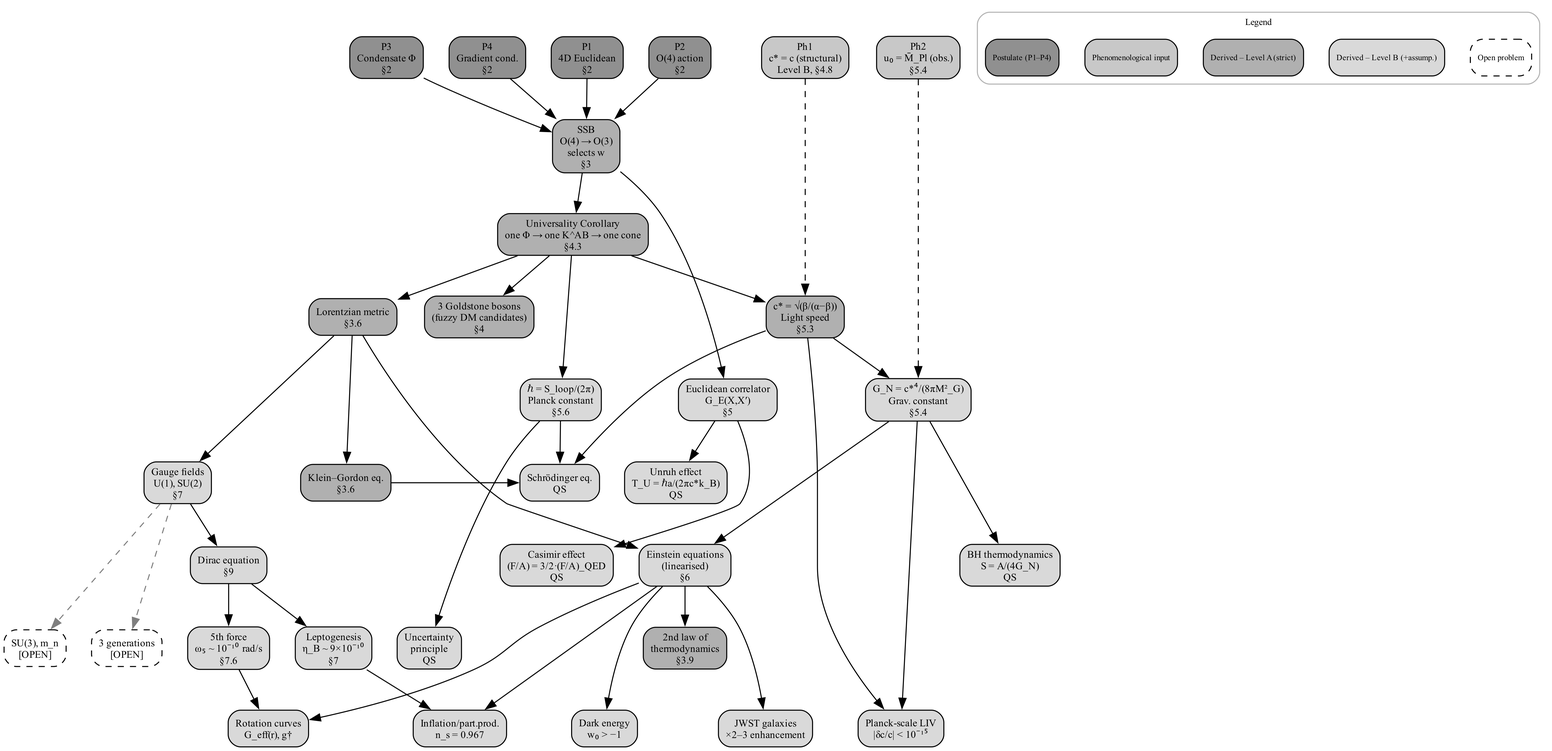
The Graphviz diagram figures/fig_partI_derivation_logic.png in chufelo/ECT-preprint-code, before a commit. Its source is kept beside it as fig_partI_derivation_logic.gv. Its diagram source:
```dot
digraph PartI {
  rankdir=TB;
  fontname="Times-Roman";
  node [fontname="Times-Roman", fontsize=10, shape=box, style="rounded,filled", margin="0.10,0.05"];
  edge [fontname="Times-Roman", fontsize=8];
  newrank=true;
  splines=true;
  nodesep=0.35;
  ranksep=0.55;

  node [fillcolor="#909090", fontcolor=black];
  P1 [label="P1\n4D Euclidean\n§2"];
  P2 [label="P2\nO(4) action\n§2"];
  P3 [label="P3\nCondensate Φ\n§2"];
  P4 [label="P4\nGradient cond.\n§2"];

  node [fillcolor="#c8c8c8"];
  Ph2 [label="Ph2\nu₀ = M̄_Pl (obs.)\n§5.4"];
  Ph1 [label="Ph1\nc* = c (structural)\nLevel B, §4.8"];

  node [fillcolor="#b0b0b0"];
  SSB [label="SSB\nO(4) → O(3)\nselects w\n§3"];
  UC [label="Universality Corollary\none Φ → one K^AB → one cone\n§4.3"];
  lorentz [label="Lorentzian metric\n§3.6"];
  goldstone [label="3 Goldstone bosons\n(fuzzy DM candidates)\n§4"];
  cstar [label="c* = √(β/(α−β))\nLight speed\n§5.3"];
  KG [label="Klein–Gordon eq.\n§3.6"];
  second_law [label="2nd law of\nthermodynamics\n§3.9"];

  node [fillcolor="#d9d9d9"];
  hbar [label="ℏ = S_loop/(2π)\nPlanck constant\n§5.6"];
  GE [label="Euclidean correlator\nG_E(X,X′)\n§5"];
  GN [label="G_N = c*⁴/(8πM²_G)\nGrav. constant\n§5.4"];
  gauge [label="Gauge fields\nU(1), SU(2)\n§7"];
  unruh [label="Unruh effect\nT_U = ℏa/(2πc*k_B)\nQS"];
  casimir [label="Casimir effect\n(F/A) = 3/2·(F/A)_QED\nQS"];
  schrodinger [label="Schrödinger eq.\nQS"];
  dirac [label="Dirac equation\n§9"];
  BH [label="BH thermodynamics\nS = A/(4G_N)\nQS"];
  einstein [label="Einstein equations\n(linearised)\n§6"];
  lepto [label="Leptogenesis\nη_B ~ 9×10⁻¹⁰\n§7"];
  fifth [label="5th force\nω₅ ~ 10⁻¹⁰ rad/s\n§7.6"];
  uncert [label="Uncertainty\nprinciple\nQS"];
  inflation [label="Inflation/part.prod.\nn_s = 0.967"];
  DE [label="Dark energy\nw₀ > −1"];
  rotcurves [label="Rotation curves\nG_eff(r), g†"];
  jwst [label="JWST galaxies\n×2–3 enhancement"];
  LIV [label="Planck-scale LIV\n|δc/c| < 10⁻¹⁵"];

  node [fillcolor="white", style="rounded,dashed"];
  SU3 [label="SU(3), m_n\n[OPEN]"];
  threegen [label="3 generations\n[OPEN]"];

  {rank=same; P1; P2; P3; P4; Ph2; Ph1}
  {rank=same; lorentz; goldstone; cstar}
  {rank=same; hbar; GE; GN}
  {rank=same; gauge; unruh; KG; schrodinger}
  {rank=same; dirac; BH; casimir; einstein}
  {rank=same; lepto; SU3; uncert; second_law; fifth; threegen}
  {rank=same; inflation; DE; rotcurves; jwst; LIV}

  P1 -> SSB;
  P2 -> SSB;
  P3 -> SSB;
  P4 -> SSB;

  SSB -> UC;

  UC -> lorentz;
  UC -> goldstone;
  UC -> cstar;

  SSB -> GE;
  UC -> hbar;
  cstar -> GN;
  Ph2 -> GN [style=dashed];
  Ph1 -> cstar [style=dashed];

  lorentz -> KG;
  lorentz -> gauge;
  GE -> unruh;
  GE -> casimir;
  hbar -> schrodinger;
  cstar -> schrodinger;
  KG -> schrodinger;

  gauge -> dirac;
  lorentz -> einstein;
  GN -> einstein;
  GN -> BH;

  dirac -> fifth;
  dirac -> lepto;
  gauge -> SU3 [style=dashed, color=gray50];
  gauge -> threegen [style=dashed, color=gray50];
  einstein -> second_law;
  hbar -> uncert;

  einstein -> rotcurves;
  einstein -> inflation;
  einstein -> DE;
  einstein -> jwst;
  cstar -> LIV;
  GN -> LIV;
  lepto -> inflation;
  fifth -> rotcurves;

  subgraph cluster_legend {
    label="Legend";
    fontsize=9;
    style=rounded;
    color=gray70;
    margin="8";
    leg_p [label="Postulate (P1–P4)", fillcolor="#909090", style="rounded,filled", fontsize=8];
    leg_ph [label="Phenomenological input", fillcolor="#c8c8c8", style="rounded,filled", fontsize=8];
    leg_a [label="Derived – Level A (strict)", fillcolor="#b0b0b0", style="rounded,filled", fontsize=8];
    leg_b [label="Derived – Level B (+assump.)", fillcolor="#d9d9d9", style="rounded,filled", fontsize=8];
    leg_o [label="Open problem", fillcolor="white", style="rounded,dashed", fontsize=8];
    leg_p -> leg_ph [style=invis];
    leg_ph -> leg_a [style=invis];
    leg_a -> leg_b [style=invis];
    leg_b -> leg_o [style=invis];
    {rank=same; leg_p; leg_ph; leg_a; leg_b; leg_o}
  }
}
```
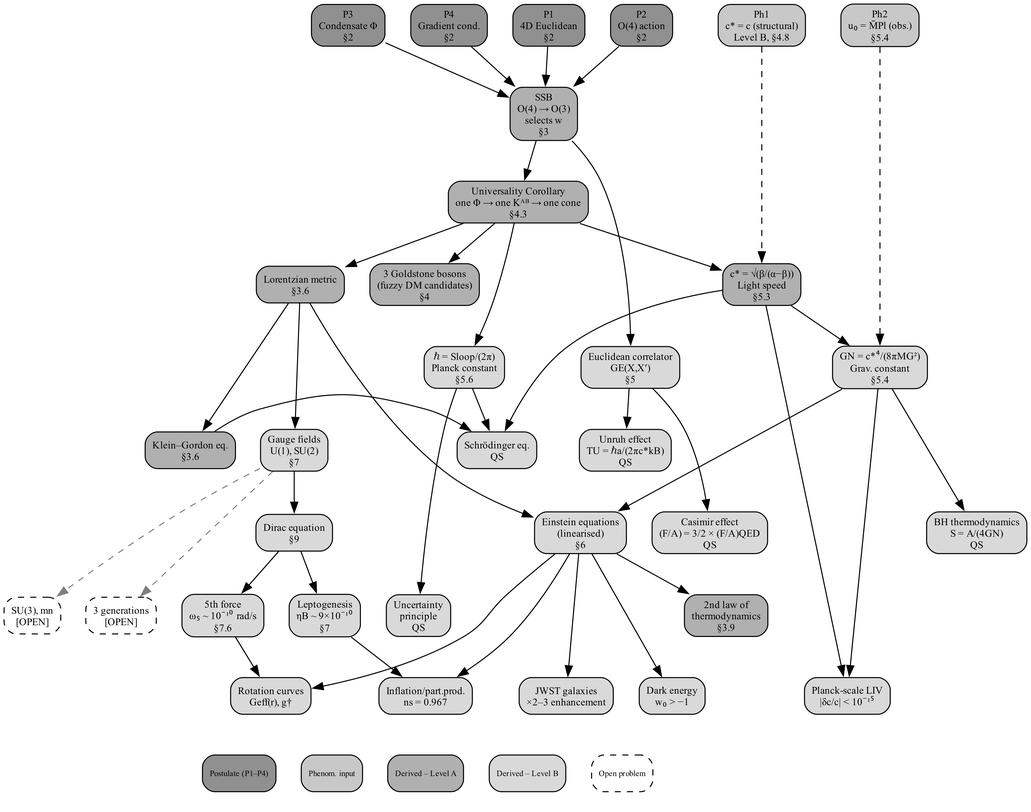
After the change.

Commit message:
Fix both derivation logic figures: legend, sections, Unicode symbols

What changed in the source:
```diff
@@ -8,19 +8,19 @@
   nodesep=0.35;
   ranksep=0.55;
 
-  node [fillcolor="#909090", fontcolor=black];
+  node [fillcolor="#909090"];
   P1 [label="P1\n4D Euclidean\n§2"];
   P2 [label="P2\nO(4) action\n§2"];
   P3 [label="P3\nCondensate Φ\n§2"];
   P4 [label="P4\nGradient cond.\n§2"];
 
   node [fillcolor="#c8c8c8"];
-  Ph2 [label="Ph2\nu₀ = M̄_Pl (obs.)\n§5.4"];
+  Ph2 [label="Ph2\nu₀ = M̄Pl (obs.)\n§5.4"];
   Ph1 [label="Ph1\nc* = c (structural)\nLevel B, §4.8"];
 
   node [fillcolor="#b0b0b0"];
   SSB [label="SSB\nO(4) → O(3)\nselects w\n§3"];
-  UC [label="Universality Corollary\none Φ → one K^AB → one cone\n§4.3"];
+  UC [label="Universality Corollary\none Φ → one Kᴬᴮ → one cone\n§4.3"];
   lorentz [label="Lorentzian metric\n§3.6"];
   goldstone [label="3 Goldstone bosons\n(fuzzy DM candidates)\n§4"];
   cstar [label="c* = √(β/(α−β))\nLight speed\n§5.3"];
@@ -28,33 +28,33 @@
   second_law [label="2nd law of\nthermodynamics\n§3.9"];
 
   node [fillcolor="#d9d9d9"];
-  hbar [label="ℏ = S_loop/(2π)\nPlanck constant\n§5.6"];
-  GE [label="Euclidean correlator\nG_E(X,X′)\n§5"];
-  GN [label="G_N = c*⁴/(8πM²_G)\nGrav. constant\n§5.4"];
+  hbar [label="ℏ = Sloop/(2π)\nPlanck constant\n§5.6"];
+  GE [label="Euclidean correlator\nGE(X,X′)\n§5"];
+  GN [label="GN = c*⁴/(8πMG²)\nGrav. constant\n§5.4"];
   gauge [label="Gauge fields\nU(1), SU(2)\n§7"];
-  unruh [label="Unruh effect\nT_U = ℏa/(2πc*k_B)\nQS"];
-  casimir [label="Casimir effect\n(F/A) = 3/2·(F/A)_QED\nQS"];
+  unruh [label="Unruh effect\nTU = ℏa/(2πc*kB)\nQS"];
+  casimir [label="Casimir effect\n(F/A) = 3/2 × (F/A)QED\nQS"];
   schrodinger [label="Schrödinger eq.\nQS"];
   dirac [label="Dirac equation\n§9"];
-  BH [label="BH thermodynamics\nS = A/(4G_N)\nQS"];
+  BH [label="BH thermodynamics\nS = A/(4GN)\nQS"];
   einstein [label="Einstein equations\n(linearised)\n§6"];
-  lepto [label="Leptogenesis\nη_B ~ 9×10⁻¹⁰\n§7"];
+  lepto [label="Leptogenesis\nηB ~ 9×10⁻¹⁰\n§7"];
   fifth [label="5th force\nω₅ ~ 10⁻¹⁰ rad/s\n§7.6"];
   uncert [label="Uncertainty\nprinciple\nQS"];
-  inflation [label="Inflation/part.prod.\nn_s = 0.967"];
+  inflation [label="Inflation/part.prod.\nns = 0.967"];
   DE [label="Dark energy\nw₀ > −1"];
-  rotcurves [label="Rotation curves\nG_eff(r), g†"];
+  rotcurves [label="Rotation curves\nGeff(r), g†"];
   jwst [label="JWST galaxies\n×2–3 enhancement"];
   LIV [label="Planck-scale LIV\n|δc/c| < 10⁻¹⁵"];
 
   node [fillcolor="white", style="rounded,dashed"];
-  SU3 [label="SU(3), m_n\n[OPEN]"];
+  SU3 [label="SU(3), mn\n[OPEN]"];
   threegen [label="3 generations\n[OPEN]"];
 
   {rank=same; P1; P2; P3; P4; Ph2; Ph1}
   {rank=same; lorentz; goldstone; cstar}
   {rank=same; hbar; GE; GN}
-  {rank=same; gauge; unruh; KG; schrodinger}
+  {rank=same; gauge; KG; schrodinger; unruh}
   {rank=same; dirac; BH; casimir; einstein}
   {rank=same; lepto; SU3; uncert; second_law; fifth; threegen}
   {rank=same; inflation; DE; rotcurves; jwst; LIV}
@@ -63,19 +63,15 @@
   P2 -> SSB;
   P3 -> SSB;
   P4 -> SSB;
-
   SSB -> UC;
-
   UC -> lorentz;
   UC -> goldstone;
   UC -> cstar;
-
   SSB -> GE;
   UC -> hbar;
   cstar -> GN;
   Ph2 -> GN [style=dashed];
   Ph1 -> cstar [style=dashed];
-
   lorentz -> KG;
   lorentz -> gauge;
   GE -> unruh;
@@ -83,19 +79,16 @@
   hbar -> schrodinger;
   cstar -> schrodinger;
   KG -> schrodinger;
-
   gauge -> dirac;
   lorentz -> einstein;
   GN -> einstein;
   GN -> BH;
-
   dirac -> fifth;
   dirac -> lepto;
   gauge -> SU3 [style=dashed, color=gray50];
   gauge -> threegen [style=dashed, color=gray50];
   einstein -> second_law;
   hbar -> uncert;
-
   einstein -> rotcurves;
   einstein -> inflation;
   einstein -> DE;
@@ -106,20 +99,16 @@
   fifth -> rotcurves;
 
   subgraph cluster_legend {
-    label="Legend";
-    fontsize=9;
-    style=rounded;
-    color=gray70;
-    margin="8";
-    leg_p [label="Postulate (P1–P4)", fillcolor="#909090", style="rounded,filled", fontsize=8];
-    leg_ph [label="Phenomenological input", fillcolor="#c8c8c8", style="rounded,filled", fontsize=8];
-    leg_a [label="Derived – Level A (strict)", fillcolor="#b0b0b0", style="rounded,filled", fontsize=8];
-    leg_b [label="Derived – Level B (+assump.)", fillcolor="#d9d9d9", style="rounded,filled", fontsize=8];
-    leg_o [label="Open problem", fillcolor="white", style="rounded,dashed", fontsize=8];
-    leg_p -> leg_ph [style=invis];
-    leg_ph -> leg_a [style=invis];
-    leg_a -> leg_b [style=invis];
-    leg_b -> leg_o [style=invis];
+    label="";
+    style=invis;
+    rank=sink;
+    leg_p [label="Postulate (P1–P4)", fillcolor="#909090", style="rounded,filled", fontsize=8, shape=box];
+    leg_ph [label="Phenom. input", fillcolor="#c8c8c8", style="rounded,filled", fontsize=8, shape=box];
+    leg_a [label="Derived – Level A", fillcolor="#b0b0b0", style="rounded,filled", fontsize=8, shape=box];
+    leg_b [label="Derived – Level B", fillcolor="#d9d9d9", style="rounded,filled", fontsize=8, shape=box];
+    leg_o [label="Open problem", fillcolor="white", style="rounded,dashed", fontsize=8, shape=box];
+    leg_p -> leg_ph -> leg_a -> leg_b -> leg_o [style=invis];
     {rank=same; leg_p; leg_ph; leg_a; leg_b; leg_o}
   }
+  inflation -> leg_a [style=invis];
 }
```
